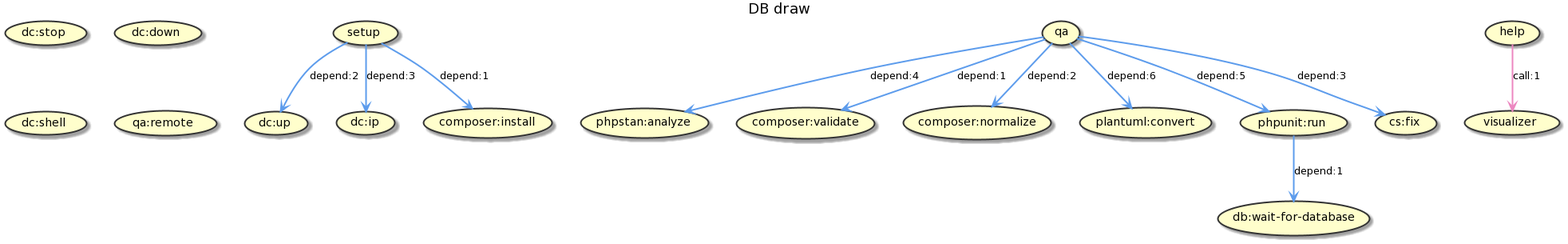
jawira/db-draw keeps this PlantUML diagram as docs/images/build.png. Above is the earlier version. Source of this version:
```plantuml
@startuml
title DB draw
skinparam ArrowFontColor Black
skinparam ArrowThickness 2
skinparam UseCaseBackgroundColor #FFFECC
skinparam UseCaseBorderColor #333333
skinparam UseCaseBorderThickness 2
skinparam UseCaseFontColor Black

(setup)
(qa)
(dc:up)
(dc:stop)
(dc:down)
(dc:ip)
(dc:shell)
(qa:remote)
(phpstan:analyze)
(composer:validate)
(composer:normalize)
(composer:install)
(plantuml:convert)
(phpunit:run)
(db:wait-for-database)
(help)
(visualizer)
(cs:fix)


(setup) -[#5D9CEC]-> (composer:install) : depend:1
(setup) -[#5D9CEC]-> (dc:up) : depend:2
(setup) -[#5D9CEC]-> (dc:ip) : depend:3
(qa) -[#5D9CEC]-> (composer:validate) : depend:1
(qa) -[#5D9CEC]-> (composer:normalize) : depend:2
(qa) -[#5D9CEC]-> (cs:fix) : depend:3
(qa) -[#5D9CEC]-> (phpstan:analyze) : depend:4
(qa) -[#5D9CEC]-> (phpunit:run) : depend:5
(qa) -[#5D9CEC]-> (plantuml:convert) : depend:6
(phpunit:run) -[#5D9CEC]-> (db:wait-for-database) : depend:1
(help) -[#EC87C0]-> (visualizer) : call:1
@enduml
```
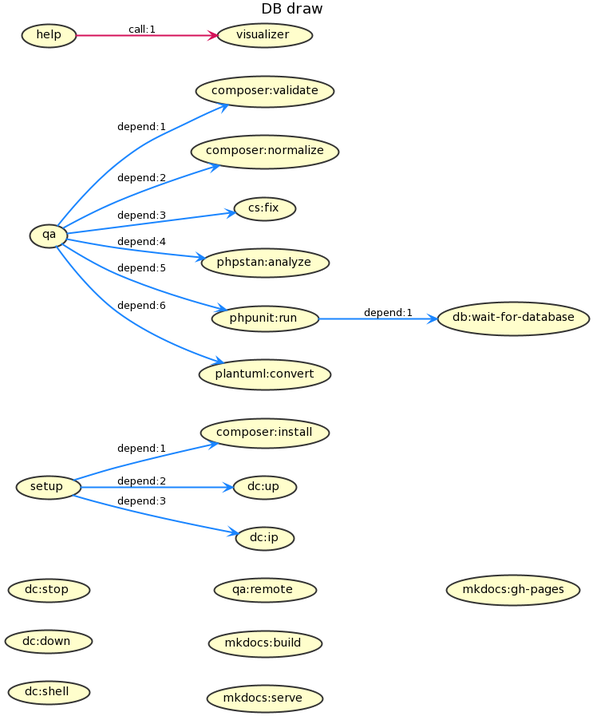
Later version of the same file.

Diff of the diagram source:
```diff
@@ -1,5 +1,11 @@
 @startuml
-title DB draw
+title
+DB draw
+end title
+
+left to right direction
+
+skinparam Shadowing false
 skinparam ArrowFontColor Black
 skinparam ArrowThickness 2
 skinparam UseCaseBackgroundColor #FFFECC
@@ -7,6 +13,18 @@
 skinparam UseCaseBorderThickness 2
 skinparam UseCaseFontColor Black
 
+
+(setup) -[#1A85FF]-> (composer:install) : depend:1
+(setup) -[#1A85FF]-> (dc:up) : depend:2
+(setup) -[#1A85FF]-> (dc:ip) : depend:3
+(qa) -[#1A85FF]-> (composer:validate) : depend:1
+(qa) -[#1A85FF]-> (composer:normalize) : depend:2
+(qa) -[#1A85FF]-> (cs:fix) : depend:3
+(qa) -[#1A85FF]-> (phpstan:analyze) : depend:4
+(qa) -[#1A85FF]-> (phpunit:run) : depend:5
+(qa) -[#1A85FF]-> (plantuml:convert) : depend:6
+(phpunit:run) -[#1A85FF]-> (db:wait-for-database) : depend:1
+(help) -[#D41159]-> (visualizer) : call:1
 (setup)
 (qa)
 (dc:up)
@@ -25,17 +43,7 @@
 (help)
 (visualizer)
 (cs:fix)
-
-
-(setup) -[#5D9CEC]-> (composer:install) : depend:1
-(setup) -[#5D9CEC]-> (dc:up) : depend:2
-(setup) -[#5D9CEC]-> (dc:ip) : depend:3
-(qa) -[#5D9CEC]-> (composer:validate) : depend:1
-(qa) -[#5D9CEC]-> (composer:normalize) : depend:2
-(qa) -[#5D9CEC]-> (cs:fix) : depend:3
-(qa) -[#5D9CEC]-> (phpstan:analyze) : depend:4
-(qa) -[#5D9CEC]-> (phpunit:run) : depend:5
-(qa) -[#5D9CEC]-> (plantuml:convert) : depend:6
-(phpunit:run) -[#5D9CEC]-> (db:wait-for-database) : depend:1
-(help) -[#EC87C0]-> (visualizer) : call:1
+(mkdocs:build)
+(mkdocs:serve)
+(mkdocs:gh-pages)
 @enduml
```
